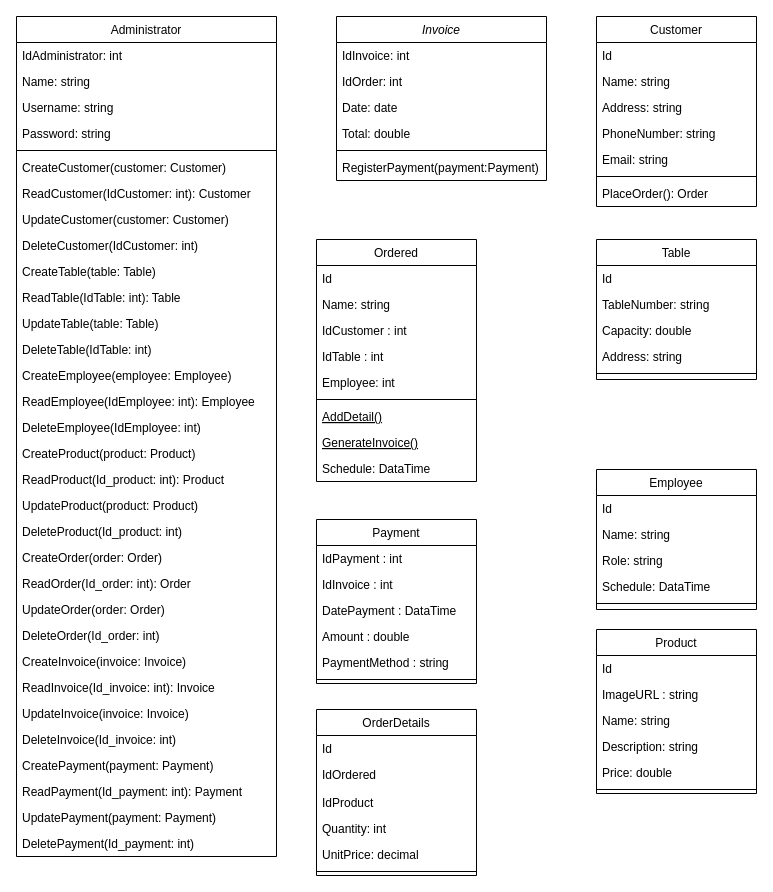
The draw.io diagram page "CD" (1 of 3) of Documents/Diagrama sin título.drawio in KevinAlvarezD/RestAdmin, before the edit. Source tidied: cells renumbered, new cells numbered last; positions are measured from the earlier drawing's top-left corner, leaving out a move shared by most shapes. Both pictures are drawn from the tidied source at 100%, with x=0, y=0 at pixel (16, 16).
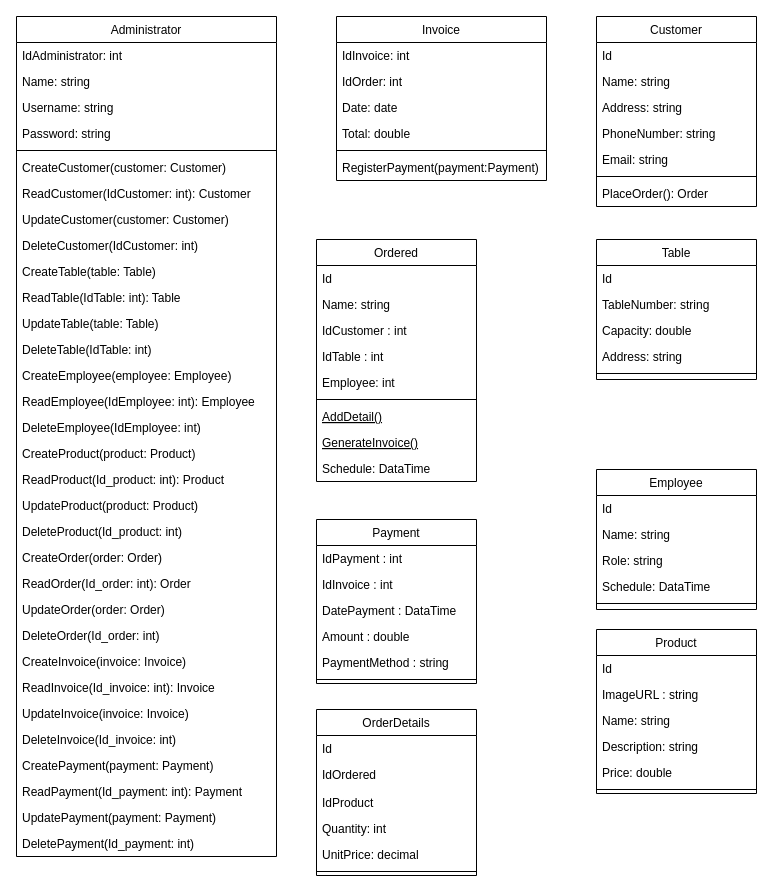
After the change.

Commit message:
update format invoice

Change to the diagram source:
```diff
@@
-    <mxCell id="2" value="Invoice" style="swimlane;fontStyle=2;align=center;verticalAlign=top;horizontal=1;startSize=26;rounded=0;shadow=0;strokeWidth=1;" parent="1" vertex="1">
+    <mxCell id="2" value="Invoice&#10;&#10;" style="swimlane;fontStyle=0;align=center;verticalAlign=top;horizontal=1;startSize=26;rounded=0;shadow=0;strokeWidth=1;" parent="1" vertex="1">
       <mxGeometry x="320" width="210" height="164" as="geometry" />
     </mxCell>
```
